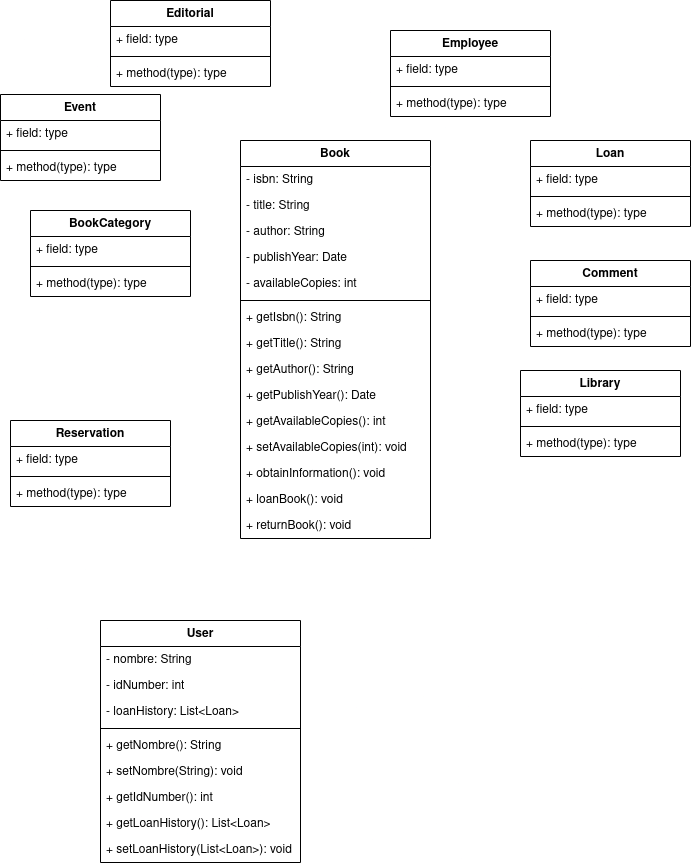
Earlier version of the draw.io export proyecto/classdiagram/classdiagramlibrary.png (mackstm/ets). Source tidied: cells renumbered, new cells last; positions are measured from the earlier drawing's top-left corner, leaving out a move shared by most shapes.
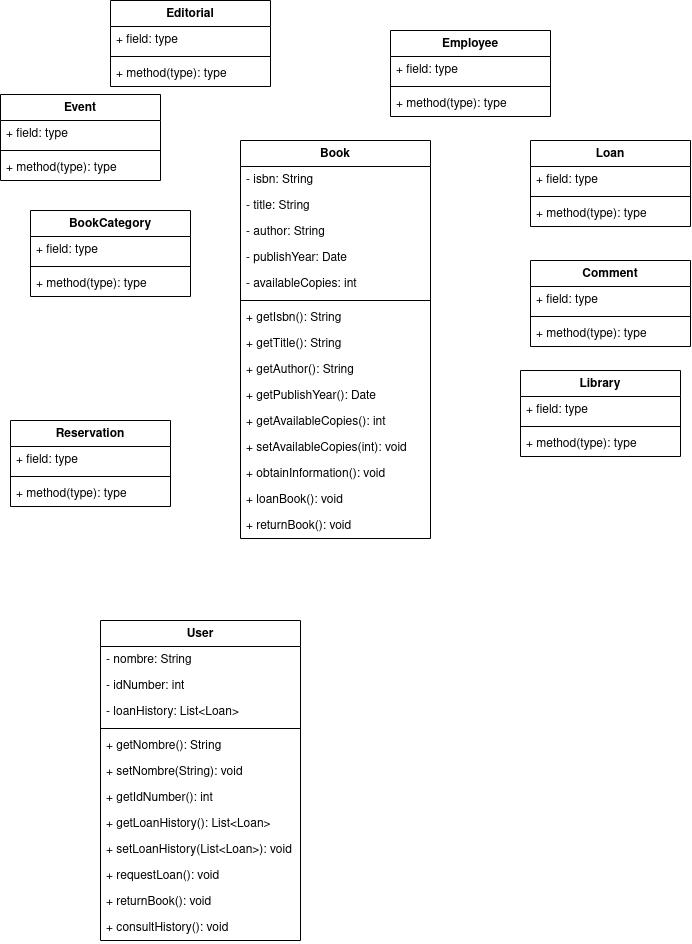
The same diagram one commit later.

What changed in the source:
```diff
@@ -75,7 +75,7 @@
       <mxGeometry y="60" width="160" height="26" as="geometry" />
     </mxCell>
     <mxCell id="26" value="User" style="swimlane;fontStyle=1;align=center;verticalAlign=top;horizontal=1;startSize=26;whiteSpace=wrap;html=1;" parent="1" vertex="1">
-      <mxGeometry x="100" y="620" width="200" height="242" as="geometry" />
+      <mxGeometry x="100" y="620" width="200" height="320" as="geometry" />
     </mxCell>
     <mxCell id="27" value="&lt;div&gt;- nombre: String&lt;br&gt;&lt;/div&gt;" style="text;strokeColor=none;fillColor=none;align=left;verticalAlign=top;spacingLeft=4;spacingRight=4;overflow=hidden;whiteSpace=wrap;html=1;" parent="26" vertex="1">
       <mxGeometry y="26" width="200" height="26" as="geometry" />
@@ -104,6 +104,15 @@
     <mxCell id="35" value="+ setLoanHistory(List&amp;lt;Loan&amp;gt;): void" style="text;strokeColor=none;fillColor=none;align=left;verticalAlign=top;spacingLeft=4;spacingRight=4;overflow=hidden;whiteSpace=wrap;html=1;" parent="26" vertex="1">
       <mxGeometry y="216" width="200" height="26" as="geometry" />
     </mxCell>
+    <mxCell id="60" value="+ requestLoan(): void" style="text;strokeColor=none;fillColor=none;align=left;verticalAlign=top;spacingLeft=4;spacingRight=4;overflow=hidden;whiteSpace=wrap;html=1;" parent="26" vertex="1">
+      <mxGeometry y="242" width="200" height="26" as="geometry" />
+    </mxCell>
+    <mxCell id="61" value="+ returnBook(): void" style="text;strokeColor=none;fillColor=none;align=left;verticalAlign=top;spacingLeft=4;spacingRight=4;overflow=hidden;whiteSpace=wrap;html=1;" parent="26" vertex="1">
+      <mxGeometry y="268" width="200" height="26" as="geometry" />
+    </mxCell>
+    <mxCell id="62" value="+ consultHistory(): void" style="text;strokeColor=none;fillColor=none;align=left;verticalAlign=top;spacingLeft=4;spacingRight=4;overflow=hidden;whiteSpace=wrap;html=1;" parent="26" vertex="1">
+      <mxGeometry y="294" width="200" height="26" as="geometry" />
+    </mxCell>
     <mxCell id="36" value="Event" style="swimlane;fontStyle=1;align=center;verticalAlign=top;horizontal=1;startSize=26;whiteSpace=wrap;html=1;" parent="1" vertex="1">
       <mxGeometry y="94" width="160" height="86" as="geometry" />
     </mxCell>
```
